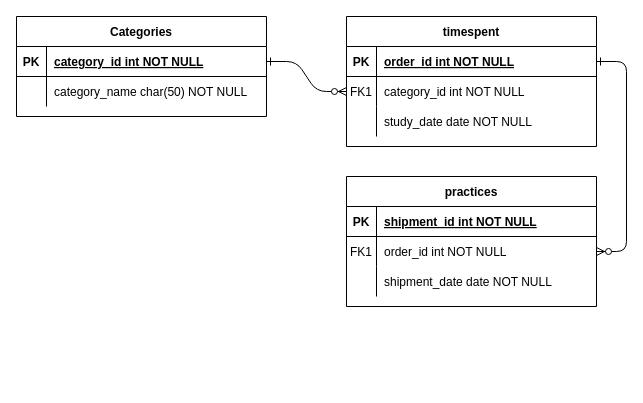
Before: 名称未設定ファイル.drawio in namacosansan/ER, a draw.io diagram. Source tidied: cells renumbered, new cells numbered last; positions are measured from the earlier drawing's top-left corner, leaving out a move shared by most shapes. Both pictures are drawn from the tidied source at 100%, with x=0, y=0 at pixel (16, 16).
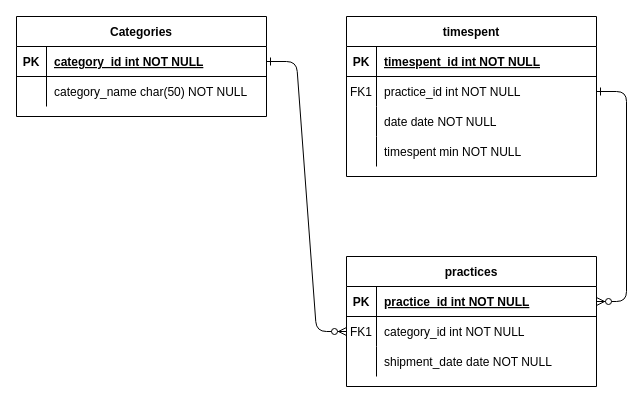
Above is the later version.

Commit message:
timespent_fbc.drawio を更新します

The change refers to these unchanged cells:
```xml
<mxCell id="5" style="shape=partialRectangle;fillColor=none;points=[[0,0.5],[1,0.5]];portConstraint=eastwest;top=0;left=0;right=0;bottom=1;" parent="4" vertex="1">
  <mxGeometry y="30" width="250" height="30" as="geometry" />
</mxCell>
<mxCell id="8" style="shape=partialRectangle;fillColor=none;points=[[0,0.5],[1,0.5]];portConstraint=eastwest;top=0;left=0;right=0;bottom=0;" parent="4" vertex="1">
  <mxGeometry y="60" width="250" height="30" as="geometry" />
</mxCell>
<mxCell id="11" style="shape=partialRectangle;fillColor=none;top=0;left=0;right=0;bottom=0;" parent="4" vertex="1">
  <mxGeometry y="90" width="250" height="30" as="geometry" />
</mxCell>
<mxCell id="15" style="shape=partialRectangle;fillColor=none;points=[[0,0.5],[1,0.5]];portConstraint=eastwest;top=0;left=0;right=0;bottom=1;" parent="14" vertex="1">
  <mxGeometry y="30" width="250" height="30" as="geometry" />
</mxCell>
<mxCell id="18" style="shape=partialRectangle;fillColor=none;points=[[0,0.5],[1,0.5]];portConstraint=eastwest;top=0;left=0;right=0;bottom=0;" parent="14" vertex="1">
  <mxGeometry y="60" width="250" height="30" as="geometry" />
</mxCell>
<mxCell id="25" style="shape=partialRectangle;fillColor=none;points=[[0,0.5],[1,0.5]];portConstraint=eastwest;top=0;left=0;right=0;bottom=1;" parent="24" vertex="1">
  <mxGeometry y="30" width="250" height="30" as="geometry" />
</mxCell>
```

The edit, as a diff of the source:
```diff
@@
-    <mxCell id="2" style="edgeStyle=entityRelationEdgeStyle;endArrow=ERzeroToMany;startArrow=ERone;endFill=1;startFill=0;" parent="1" edge="1" source="25" target="8">
+    <mxCell id="2" style="edgeStyle=entityRelationEdgeStyle;endArrow=ERzeroToMany;startArrow=ERone;endFill=1;startFill=0;entryX=0;entryY=0.5;entryDx=0;entryDy=0;" parent="1" edge="1" source="25" target="18">
       <mxGeometry relative="1" as="geometry" />
     </mxCell>
-    <mxCell id="3" style="edgeStyle=entityRelationEdgeStyle;endArrow=ERzeroToMany;startArrow=ERone;endFill=1;startFill=0;" parent="1" edge="1" source="5" target="18">
+    <mxCell id="3" style="edgeStyle=entityRelationEdgeStyle;endArrow=ERzeroToMany;startArrow=ERone;endFill=1;startFill=0;entryX=1;entryY=0.5;entryDx=0;entryDy=0;exitX=1;exitY=0.5;exitDx=0;exitDy=0;" parent="1" edge="1" source="8" target="15">
       <mxGeometry relative="1" as="geometry" />
     </mxCell>
     <mxCell id="4" value="timespent" style="shape=table;startSize=30;childLayout=tableLayout;rowLines=0;fontStyle=1;align=center;" parent="1" vertex="1">
-      <mxGeometry x="330" width="250" height="130" as="geometry" />
+      <mxGeometry x="330" width="250" height="160" as="geometry" />
     </mxCell>
@@
-    <mxCell id="7" value="order_id int NOT NULL " style="shape=partialRectangle;overflow=hidden;fillColor=none;top=0;left=0;bottom=0;right=0;align=left;spacingLeft=6;fontStyle=5;" parent="5" vertex="1">
+    <mxCell id="7" value="timespent_id int NOT NULL " style="shape=partialRectangle;overflow=hidden;fillColor=none;top=0;left=0;bottom=0;right=0;align=left;spacingLeft=6;fontStyle=5;" parent="5" vertex="1">
       <mxGeometry x="30" width="220" height="30" as="geometry" />
     </mxCell>
@@
-    <mxCell id="10" value="category_id int NOT NULL" style="shape=partialRectangle;overflow=hidden;fillColor=none;top=0;left=0;bottom=0;right=0;align=left;spacingLeft=6;" parent="8" vertex="1">
+    <mxCell id="10" value="practice_id int NOT NULL" style="shape=partialRectangle;overflow=hidden;fillColor=none;top=0;left=0;bottom=0;right=0;align=left;spacingLeft=6;" parent="8" vertex="1">
       <mxGeometry x="30" width="220" height="30" as="geometry" />
     </mxCell>
@@
-    <mxCell id="13" value="study_date date NOT NULL" style="shape=partialRectangle;overflow=hidden;fillColor=none;top=0;left=0;bottom=0;right=0;align=left;spacingLeft=6;" parent="11" vertex="1">
+    <mxCell id="13" value="date date NOT NULL" style="shape=partialRectangle;overflow=hidden;fillColor=none;top=0;left=0;bottom=0;right=0;align=left;spacingLeft=6;" parent="11" vertex="1">
       <mxGeometry x="30" width="220" height="30" as="geometry" />
     </mxCell>
+    <mxCell id="31" style="shape=partialRectangle;fillColor=none;top=0;left=0;right=0;bottom=0;" parent="4" vertex="1">
+      <mxGeometry y="120" width="250" height="30" as="geometry" />
+    </mxCell>
+    <mxCell id="32" style="shape=partialRectangle;overflow=hidden;fillColor=none;top=0;left=0;bottom=0;right=0;" parent="31" vertex="1">
+      <mxGeometry width="30" height="30" as="geometry" />
+    </mxCell>
+    <mxCell id="33" value="timespent min NOT NULL" style="shape=partialRectangle;overflow=hidden;fillColor=none;top=0;left=0;bottom=0;right=0;align=left;spacingLeft=6;" parent="31" vertex="1">
+      <mxGeometry x="30" width="220" height="30" as="geometry" />
+    </mxCell>
     <mxCell id="14" value="practices" style="shape=table;startSize=30;childLayout=tableLayout;rowLines=0;fontStyle=1;align=center;" parent="1" vertex="1">
-      <mxGeometry x="330" y="160" width="250" height="130" as="geometry" />
+      <mxGeometry x="330" y="240" width="250" height="130" as="geometry" />
     </mxCell>
@@
-    <mxCell id="17" value="shipment_id int NOT NULL " style="shape=partialRectangle;overflow=hidden;fillColor=none;top=0;left=0;bottom=0;right=0;align=left;spacingLeft=6;fontStyle=5;" parent="15" vertex="1">
+    <mxCell id="17" value="practice_id int NOT NULL" style="shape=partialRectangle;overflow=hidden;fillColor=none;top=0;left=0;bottom=0;right=0;align=left;spacingLeft=6;fontStyle=5;" parent="15" vertex="1">
       <mxGeometry x="30" width="220" height="30" as="geometry" />
     </mxCell>
@@
-    <mxCell id="20" value="order_id int NOT NULL" style="shape=partialRectangle;overflow=hidden;fillColor=none;top=0;left=0;bottom=0;right=0;align=left;spacingLeft=6;" parent="18" vertex="1">
+    <mxCell id="20" value="category_id int NOT NULL" style="shape=partialRectangle;overflow=hidden;fillColor=none;top=0;left=0;bottom=0;right=0;align=left;spacingLeft=6;" parent="18" vertex="1">
       <mxGeometry x="30" width="220" height="30" as="geometry" />
     </mxCell>
```
